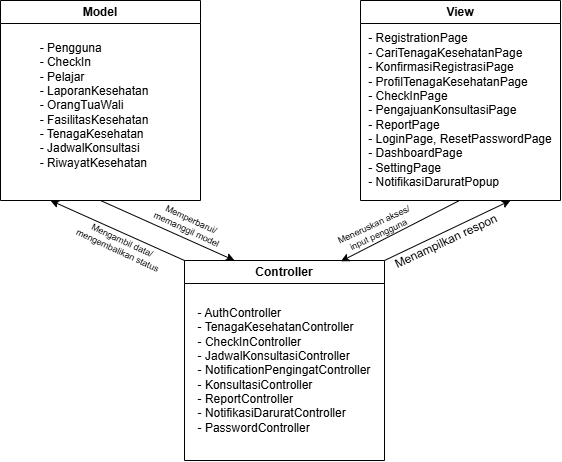
The draw.io diagram docs/M6/assets/diagram/arsitektur-mvc.png in cynthiawinda/IF2150-RPL-K03-G04, before a commit. Source tidied: cells renumbered, new cells last; positions are measured from the earlier drawing's top-left corner, leaving out a move shared by most shapes. The source it was exported from:
```xml
<mxGraphModel>
  <root>
    <mxCell id="0" />
    <mxCell id="1" parent="0" />
    <mxCell id="2" style="edgeStyle=orthogonalEdgeStyle;rounded=0;jettySize=auto;html=1;endArrow=open;endFill=0;" parent="1" edge="1" target="x">
      <mxGeometry relative="1" as="geometry">
        <mxPoint x="120" y="80" as="sourcePoint" />
      </mxGeometry>
    </mxCell>
    <mxCell id="3" style="edgeStyle=orthogonalEdgeStyle;rounded=0;jettySize=auto;html=1;endArrow=open;endFill=0;" parent="1" edge="1" target="x">
      <mxGeometry relative="1" as="geometry">
        <mxPoint x="330" y="80" as="sourcePoint" />
      </mxGeometry>
    </mxCell>
    <mxCell id="4" style="edgeStyle=orthogonalEdgeStyle;rounded=0;jettySize=auto;html=1;endArrow=open;endFill=0;" parent="1" edge="1" source="x">
      <mxGeometry relative="1" as="geometry">
        <mxPoint x="610" y="80" as="targetPoint" />
      </mxGeometry>
    </mxCell>
    <mxCell id="5" style="edgeStyle=orthogonalEdgeStyle;rounded=0;jettySize=auto;html=1;endArrow=open;endFill=0;" parent="1" edge="1" source="x">
      <mxGeometry relative="1" as="geometry">
        <mxPoint x="470" y="190" as="targetPoint" />
      </mxGeometry>
    </mxCell>
    <mxCell id="6" value="View" style="swimlane;whiteSpace=wrap;html=1;" parent="1" vertex="1">
      <mxGeometry x="360" width="200" height="200" as="geometry" />
    </mxCell>
    <mxCell id="7" value="&lt;div style=&quot;text-align: justify;&quot;&gt;&lt;span style=&quot;background-color: transparent; color: light-dark(rgb(0, 0, 0), rgb(255, 255, 255));&quot;&gt;- RegistrationPage&lt;/span&gt;&lt;/div&gt;&lt;div style=&quot;text-align: justify;&quot;&gt;- CariTenagaKesehatanPage&lt;/div&gt;&lt;div style=&quot;text-align: justify;&quot;&gt;- KonfirmasiRegistrasiPage&lt;/div&gt;&lt;div style=&quot;text-align: justify;&quot;&gt;- ProfilTenagaKesehatanPage&lt;/div&gt;&lt;div style=&quot;text-align: justify;&quot;&gt;- CheckInPage&lt;/div&gt;&lt;div style=&quot;text-align: justify;&quot;&gt;- PengajuanKonsultasiPage&lt;/div&gt;&lt;div style=&quot;text-align: justify;&quot;&gt;- ReportPage&lt;/div&gt;&lt;div style=&quot;text-align: justify;&quot;&gt;- LoginPage, ResetPasswordPage&lt;/div&gt;&lt;div style=&quot;text-align: justify;&quot;&gt;- DashboardPage&lt;/div&gt;&lt;div style=&quot;text-align: justify;&quot;&gt;- SettingPage&lt;/div&gt;&lt;div style=&quot;text-align: justify;&quot;&gt;- NotifikasiDaruratPopup  &lt;/div&gt;" style="text;html=1;whiteSpace=wrap;strokeColor=none;fillColor=none;align=center;verticalAlign=middle;rounded=0;" parent="6" vertex="1">
      <mxGeometry x="5" y="30" width="190" height="160" as="geometry" />
    </mxCell>
    <mxCell id="8" value="Controller" style="swimlane;whiteSpace=wrap;html=1;" parent="1" vertex="1">
      <mxGeometry x="184" y="260" width="200" height="200" as="geometry" />
    </mxCell>
    <mxCell id="9" value="&lt;div style=&quot;text-align: justify;&quot;&gt;- AuthController&lt;/div&gt;&lt;div style=&quot;text-align: justify;&quot;&gt;- TenagaKesehatanController&lt;/div&gt;&lt;div style=&quot;text-align: justify;&quot;&gt;&lt;span style=&quot;background-color: transparent; color: light-dark(rgb(0, 0, 0), rgb(255, 255, 255));&quot;&gt;- CheckInController&lt;/span&gt;&lt;/div&gt;&lt;div style=&quot;text-align: justify;&quot;&gt;&lt;span style=&quot;background-color: transparent; color: light-dark(rgb(0, 0, 0), rgb(255, 255, 255));&quot;&gt;- JadwalKonsultasiController&lt;/span&gt;&lt;/div&gt;&lt;div style=&quot;text-align: justify;&quot;&gt;&lt;span style=&quot;background-color: transparent; color: light-dark(rgb(0, 0, 0), rgb(255, 255, 255));&quot;&gt;- NotificationPengingatController&lt;/span&gt;&lt;/div&gt;&lt;div style=&quot;text-align: justify;&quot;&gt;&lt;span style=&quot;background-color: transparent; color: light-dark(rgb(0, 0, 0), rgb(255, 255, 255));&quot;&gt;- KonsultasiController&lt;/span&gt;&lt;/div&gt;&lt;div style=&quot;text-align: justify;&quot;&gt;&lt;span style=&quot;background-color: transparent; color: light-dark(rgb(0, 0, 0), rgb(255, 255, 255));&quot;&gt;- ReportController&lt;/span&gt;&lt;/div&gt;&lt;div style=&quot;text-align: justify;&quot;&gt;&lt;span style=&quot;background-color: transparent; color: light-dark(rgb(0, 0, 0), rgb(255, 255, 255));&quot;&gt;- NotifikasiDaruratController&lt;/span&gt;&lt;/div&gt;&lt;div style=&quot;text-align: justify;&quot;&gt;&lt;span style=&quot;background-color: transparent; color: light-dark(rgb(0, 0, 0), rgb(255, 255, 255));&quot;&gt;- PasswordController&lt;/span&gt;&lt;/div&gt;" style="text;html=1;whiteSpace=wrap;strokeColor=none;fillColor=none;align=center;verticalAlign=middle;rounded=0;" parent="8" vertex="1">
      <mxGeometry x="5" y="30" width="190" height="160" as="geometry" />
    </mxCell>
    <mxCell id="10" style="rounded=0;jettySize=auto;html=1;exitX=0;exitY=0;exitDx=0;exitDy=0;entryX=0.25;entryY=1;entryDx=0;entryDy=0;" parent="1" edge="1" source="8" target="11">
      <mxGeometry relative="1" as="geometry" />
    </mxCell>
    <mxCell id="11" value="Model" style="swimlane;whiteSpace=wrap;html=1;" parent="1" vertex="1">
      <mxGeometry width="200" height="200" as="geometry" />
    </mxCell>
    <mxCell id="12" value="&lt;div style=&quot;text-align: justify;&quot;&gt;- Pengguna&lt;/div&gt;&lt;div style=&quot;text-align: justify;&quot;&gt;- CheckIn&lt;/div&gt;&lt;div style=&quot;text-align: justify;&quot;&gt;- Pelajar&lt;/div&gt;&lt;div style=&quot;text-align: justify;&quot;&gt;- LaporanKesehatan&lt;/div&gt;&lt;div style=&quot;text-align: justify;&quot;&gt;- OrangTuaWali&lt;/div&gt;&lt;div style=&quot;text-align: justify;&quot;&gt;- FasilitasKesehatan&lt;/div&gt;&lt;div style=&quot;text-align: justify;&quot;&gt;- TenagaKesehatan&lt;/div&gt;&lt;div style=&quot;text-align: justify;&quot;&gt;- JadwalKonsultasi&lt;/div&gt;&lt;div style=&quot;text-align: justify;&quot;&gt;- RiwayatKesehatan&lt;/div&gt;" style="text;html=1;whiteSpace=wrap;strokeColor=none;fillColor=none;align=center;verticalAlign=middle;rounded=0;" parent="11" vertex="1">
      <mxGeometry x="24" y="25" width="140" height="160" as="geometry" />
    </mxCell>
    <mxCell id="13" style="rounded=0;jettySize=auto;html=1;exitX=0.5;exitY=1;exitDx=0;exitDy=0;entryX=0.25;entryY=0;entryDx=0;entryDy=0;" parent="1" edge="1" source="11" target="8">
      <mxGeometry relative="1" as="geometry" />
    </mxCell>
    <mxCell id="14" style="rounded=0;orthogonalLoop=1;jettySize=auto;html=1;exitX=0.5;exitY=1;exitDx=0;exitDy=0;entryX=0.787;entryY=0.004;entryDx=0;entryDy=0;entryPerimeter=0;" parent="1" edge="1">
      <mxGeometry relative="1" as="geometry">
        <mxPoint x="459" y="200" as="sourcePoint" />
        <mxPoint x="340.4" y="260.8" as="targetPoint" />
      </mxGeometry>
    </mxCell>
    <mxCell id="15" style="rounded=0;jettySize=auto;html=1;entryX=0.75;entryY=1;entryDx=0;entryDy=0;exitX=1;exitY=0;exitDx=0;exitDy=0;" parent="1" edge="1" source="8" target="6">
      <mxGeometry relative="1" as="geometry" />
    </mxCell>
    <mxCell id="16" value=" Menampilkan respon" style="text;html=1;whiteSpace=wrap;strokeColor=none;fillColor=none;align=center;verticalAlign=middle;rounded=0;rotation=-25;" parent="1" vertex="1">
      <mxGeometry x="381" y="226" width="130" height="30" as="geometry" />
    </mxCell>
    <mxCell id="17" value=" Meneruskan akses/&lt;div&gt;input pengguna&lt;/div&gt;" style="text;html=1;whiteSpace=wrap;strokeColor=none;fillColor=none;align=center;verticalAlign=middle;rounded=0;rotation=-25;fontSize=9;" parent="1" vertex="1">
      <mxGeometry x="311" y="214" width="130" height="30" as="geometry" />
    </mxCell>
    <mxCell id="18" value=" Memperbarui/&lt;div&gt;memanggil model&lt;/div&gt;" style="text;html=1;whiteSpace=wrap;strokeColor=none;fillColor=none;align=center;verticalAlign=middle;rounded=0;rotation=25;fontSize=9;" parent="1" vertex="1">
      <mxGeometry x="124" y="209" width="130" height="30" as="geometry" />
    </mxCell>
    <mxCell id="19" value="Mengambil data/&lt;div&gt;mengembalikan status&lt;/div&gt;" style="text;html=1;whiteSpace=wrap;strokeColor=none;fillColor=none;align=center;verticalAlign=middle;rounded=0;rotation=25;fontSize=9;" parent="1" vertex="1">
      <mxGeometry x="55" y="230" width="130" height="30" as="geometry" />
    </mxCell>
  </root>
</mxGraphModel>
```
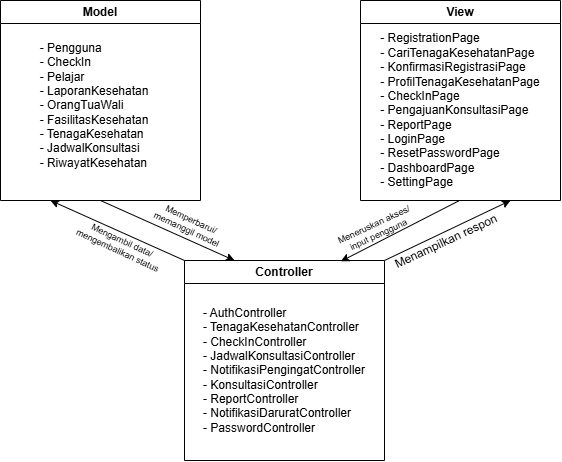
After the commit.

Commit message:
fix: menyesuaikan bagian arsitektur

Change to the diagram source:
```diff
@@ -2,22 +2,22 @@
   <root>
     <mxCell id="0" />
     <mxCell id="1" parent="0" />
-    <mxCell id="2" style="edgeStyle=orthogonalEdgeStyle;rounded=0;jettySize=auto;html=1;endArrow=open;endFill=0;" parent="1" edge="1" target="x">
+    <mxCell id="2" style="edgeStyle=orthogonalEdgeStyle;rounded=0;orthogonalLoop=1;jettySize=auto;html=1;endArrow=open;endFill=0;" parent="1" edge="1">
       <mxGeometry relative="1" as="geometry">
         <mxPoint x="120" y="80" as="sourcePoint" />
       </mxGeometry>
     </mxCell>
-    <mxCell id="3" style="edgeStyle=orthogonalEdgeStyle;rounded=0;jettySize=auto;html=1;endArrow=open;endFill=0;" parent="1" edge="1" target="x">
+    <mxCell id="3" style="edgeStyle=orthogonalEdgeStyle;rounded=0;orthogonalLoop=1;jettySize=auto;html=1;endArrow=open;endFill=0;" parent="1" edge="1">
       <mxGeometry relative="1" as="geometry">
         <mxPoint x="330" y="80" as="sourcePoint" />
       </mxGeometry>
     </mxCell>
-    <mxCell id="4" style="edgeStyle=orthogonalEdgeStyle;rounded=0;jettySize=auto;html=1;endArrow=open;endFill=0;" parent="1" edge="1" source="x">
+    <mxCell id="4" style="edgeStyle=orthogonalEdgeStyle;rounded=0;orthogonalLoop=1;jettySize=auto;html=1;endArrow=open;endFill=0;" parent="1" edge="1">
       <mxGeometry relative="1" as="geometry">
         <mxPoint x="610" y="80" as="targetPoint" />
       </mxGeometry>
     </mxCell>
-    <mxCell id="5" style="edgeStyle=orthogonalEdgeStyle;rounded=0;jettySize=auto;html=1;endArrow=open;endFill=0;" parent="1" edge="1" source="x">
+    <mxCell id="5" style="edgeStyle=orthogonalEdgeStyle;rounded=0;orthogonalLoop=1;jettySize=auto;html=1;endArrow=open;endFill=0;" parent="1" edge="1">
       <mxGeometry relative="1" as="geometry">
         <mxPoint x="470" y="190" as="targetPoint" />
       </mxGeometry>
@@ -25,13 +25,13 @@
     <mxCell id="6" value="View" style="swimlane;whiteSpace=wrap;html=1;" parent="1" vertex="1">
       <mxGeometry x="360" width="200" height="200" as="geometry" />
     </mxCell>
-    <mxCell id="7" value="&lt;div style=&quot;text-align: justify;&quot;&gt;&lt;span style=&quot;background-color: transparent; color: light-dark(rgb(0, 0, 0), rgb(255, 255, 255));&quot;&gt;- RegistrationPage&lt;/span&gt;&lt;/div&gt;&lt;div style=&quot;text-align: justify;&quot;&gt;- CariTenagaKesehatanPage&lt;/div&gt;&lt;div style=&quot;text-align: justify;&quot;&gt;- KonfirmasiRegistrasiPage&lt;/div&gt;&lt;div style=&quot;text-align: justify;&quot;&gt;- ProfilTenagaKesehatanPage&lt;/div&gt;&lt;div style=&quot;text-align: justify;&quot;&gt;- CheckInPage&lt;/div&gt;&lt;div style=&quot;text-align: justify;&quot;&gt;- PengajuanKonsultasiPage&lt;/div&gt;&lt;div style=&quot;text-align: justify;&quot;&gt;- ReportPage&lt;/div&gt;&lt;div style=&quot;text-align: justify;&quot;&gt;- LoginPage, ResetPasswordPage&lt;/div&gt;&lt;div style=&quot;text-align: justify;&quot;&gt;- DashboardPage&lt;/div&gt;&lt;div style=&quot;text-align: justify;&quot;&gt;- SettingPage&lt;/div&gt;&lt;div style=&quot;text-align: justify;&quot;&gt;- NotifikasiDaruratPopup  &lt;/div&gt;" style="text;html=1;whiteSpace=wrap;strokeColor=none;fillColor=none;align=center;verticalAlign=middle;rounded=0;" parent="6" vertex="1">
+    <mxCell id="7" value="&lt;div style=&quot;text-align: justify;&quot;&gt;&lt;span style=&quot;background-color: transparent; color: light-dark(rgb(0, 0, 0), rgb(255, 255, 255));&quot;&gt;- RegistrationPage&lt;/span&gt;&lt;/div&gt;&lt;div style=&quot;text-align: justify;&quot;&gt;- CariTenagaKesehatanPage&lt;/div&gt;&lt;div style=&quot;text-align: justify;&quot;&gt;- KonfirmasiRegistrasiPage&lt;/div&gt;&lt;div style=&quot;text-align: justify;&quot;&gt;- ProfilTenagaKesehatanPage&lt;/div&gt;&lt;div style=&quot;text-align: justify;&quot;&gt;- CheckInPage&lt;/div&gt;&lt;div style=&quot;text-align: justify;&quot;&gt;- PengajuanKonsultasiPage&lt;/div&gt;&lt;div style=&quot;text-align: justify;&quot;&gt;- ReportPage&lt;/div&gt;&lt;div style=&quot;text-align: justify;&quot;&gt;- LoginPage&lt;/div&gt;&lt;div style=&quot;text-align: justify;&quot;&gt;- ResetPasswordPage&lt;/div&gt;&lt;div style=&quot;text-align: justify;&quot;&gt;- DashboardPage&lt;/div&gt;&lt;div style=&quot;text-align: justify;&quot;&gt;- SettingPage&lt;/div&gt;" style="text;html=1;whiteSpace=wrap;strokeColor=none;fillColor=none;align=center;verticalAlign=middle;rounded=0;" parent="6" vertex="1">
       <mxGeometry x="5" y="30" width="190" height="160" as="geometry" />
     </mxCell>
     <mxCell id="8" value="Controller" style="swimlane;whiteSpace=wrap;html=1;" parent="1" vertex="1">
       <mxGeometry x="184" y="260" width="200" height="200" as="geometry" />
     </mxCell>
-    <mxCell id="9" value="&lt;div style=&quot;text-align: justify;&quot;&gt;- AuthController&lt;/div&gt;&lt;div style=&quot;text-align: justify;&quot;&gt;- TenagaKesehatanController&lt;/div&gt;&lt;div style=&quot;text-align: justify;&quot;&gt;&lt;span style=&quot;background-color: transparent; color: light-dark(rgb(0, 0, 0), rgb(255, 255, 255));&quot;&gt;- CheckInController&lt;/span&gt;&lt;/div&gt;&lt;div style=&quot;text-align: justify;&quot;&gt;&lt;span style=&quot;background-color: transparent; color: light-dark(rgb(0, 0, 0), rgb(255, 255, 255));&quot;&gt;- JadwalKonsultasiController&lt;/span&gt;&lt;/div&gt;&lt;div style=&quot;text-align: justify;&quot;&gt;&lt;span style=&quot;background-color: transparent; color: light-dark(rgb(0, 0, 0), rgb(255, 255, 255));&quot;&gt;- NotificationPengingatController&lt;/span&gt;&lt;/div&gt;&lt;div style=&quot;text-align: justify;&quot;&gt;&lt;span style=&quot;background-color: transparent; color: light-dark(rgb(0, 0, 0), rgb(255, 255, 255));&quot;&gt;- KonsultasiController&lt;/span&gt;&lt;/div&gt;&lt;div style=&quot;text-align: justify;&quot;&gt;&lt;span style=&quot;background-color: transparent; color: light-dark(rgb(0, 0, 0), rgb(255, 255, 255));&quot;&gt;- ReportController&lt;/span&gt;&lt;/div&gt;&lt;div style=&quot;text-align: justify;&quot;&gt;&lt;span style=&quot;background-color: transparent; color: light-dark(rgb(0, 0, 0), rgb(255, 255, 255));&quot;&gt;- NotifikasiDaruratController&lt;/span&gt;&lt;/div&gt;&lt;div style=&quot;text-align: justify;&quot;&gt;&lt;span style=&quot;background-color: transparent; color: light-dark(rgb(0, 0, 0), rgb(255, 255, 255));&quot;&gt;- PasswordController&lt;/span&gt;&lt;/div&gt;" style="text;html=1;whiteSpace=wrap;strokeColor=none;fillColor=none;align=center;verticalAlign=middle;rounded=0;" parent="8" vertex="1">
+    <mxCell id="9" value="&lt;div style=&quot;text-align: justify;&quot;&gt;- AuthController&lt;/div&gt;&lt;div style=&quot;text-align: justify;&quot;&gt;- TenagaKesehatanController&lt;/div&gt;&lt;div style=&quot;text-align: justify;&quot;&gt;&lt;span style=&quot;background-color: transparent; color: light-dark(rgb(0, 0, 0), rgb(255, 255, 255));&quot;&gt;- CheckInController&lt;/span&gt;&lt;/div&gt;&lt;div style=&quot;text-align: justify;&quot;&gt;&lt;span style=&quot;background-color: transparent; color: light-dark(rgb(0, 0, 0), rgb(255, 255, 255));&quot;&gt;- JadwalKonsultasiController&lt;/span&gt;&lt;/div&gt;&lt;div style=&quot;text-align: justify;&quot;&gt;&lt;span style=&quot;background-color: transparent; color: light-dark(rgb(0, 0, 0), rgb(255, 255, 255));&quot;&gt;- NotifikasiPengingatController&lt;/span&gt;&lt;/div&gt;&lt;div style=&quot;text-align: justify;&quot;&gt;&lt;span style=&quot;background-color: transparent; color: light-dark(rgb(0, 0, 0), rgb(255, 255, 255));&quot;&gt;- KonsultasiController&lt;/span&gt;&lt;/div&gt;&lt;div style=&quot;text-align: justify;&quot;&gt;&lt;span style=&quot;background-color: transparent; color: light-dark(rgb(0, 0, 0), rgb(255, 255, 255));&quot;&gt;- ReportController&lt;/span&gt;&lt;/div&gt;&lt;div style=&quot;text-align: justify;&quot;&gt;&lt;span style=&quot;background-color: transparent; color: light-dark(rgb(0, 0, 0), rgb(255, 255, 255));&quot;&gt;- NotifikasiDaruratController&lt;/span&gt;&lt;/div&gt;&lt;div style=&quot;text-align: justify;&quot;&gt;&lt;span style=&quot;background-color: transparent; color: light-dark(rgb(0, 0, 0), rgb(255, 255, 255));&quot;&gt;- PasswordController&lt;/span&gt;&lt;/div&gt;" style="text;html=1;whiteSpace=wrap;strokeColor=none;fillColor=none;align=center;verticalAlign=middle;rounded=0;" parent="8" vertex="1">
       <mxGeometry x="5" y="30" width="190" height="160" as="geometry" />
     </mxCell>
     <mxCell id="10" style="rounded=0;jettySize=auto;html=1;exitX=0;exitY=0;exitDx=0;exitDy=0;entryX=0.25;entryY=1;entryDx=0;entryDy=0;" parent="1" edge="1" source="8" target="11">
```
